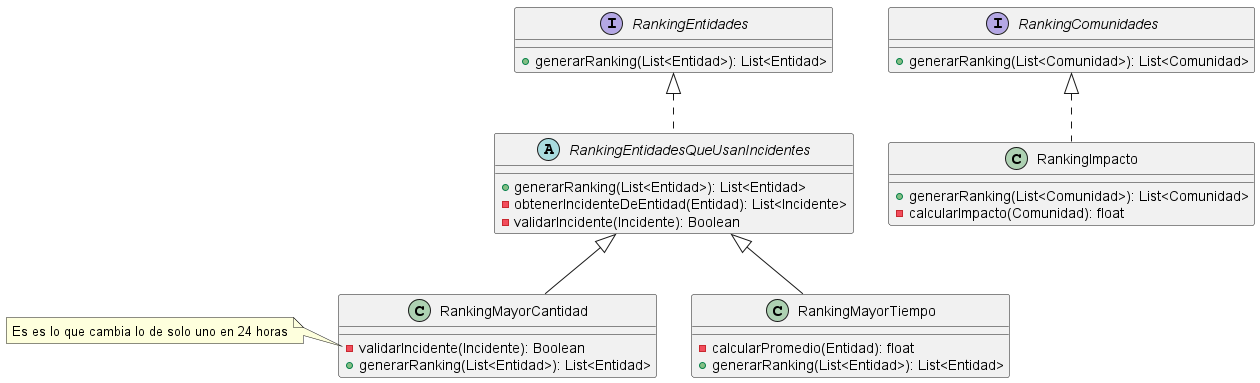
This is out/Entregables/DiagramaRankings/GenerarRankings.png from AndyTrias/comunidades-apoyo-movilidad-reducida-, a PlantUML export, as it was before one commit.
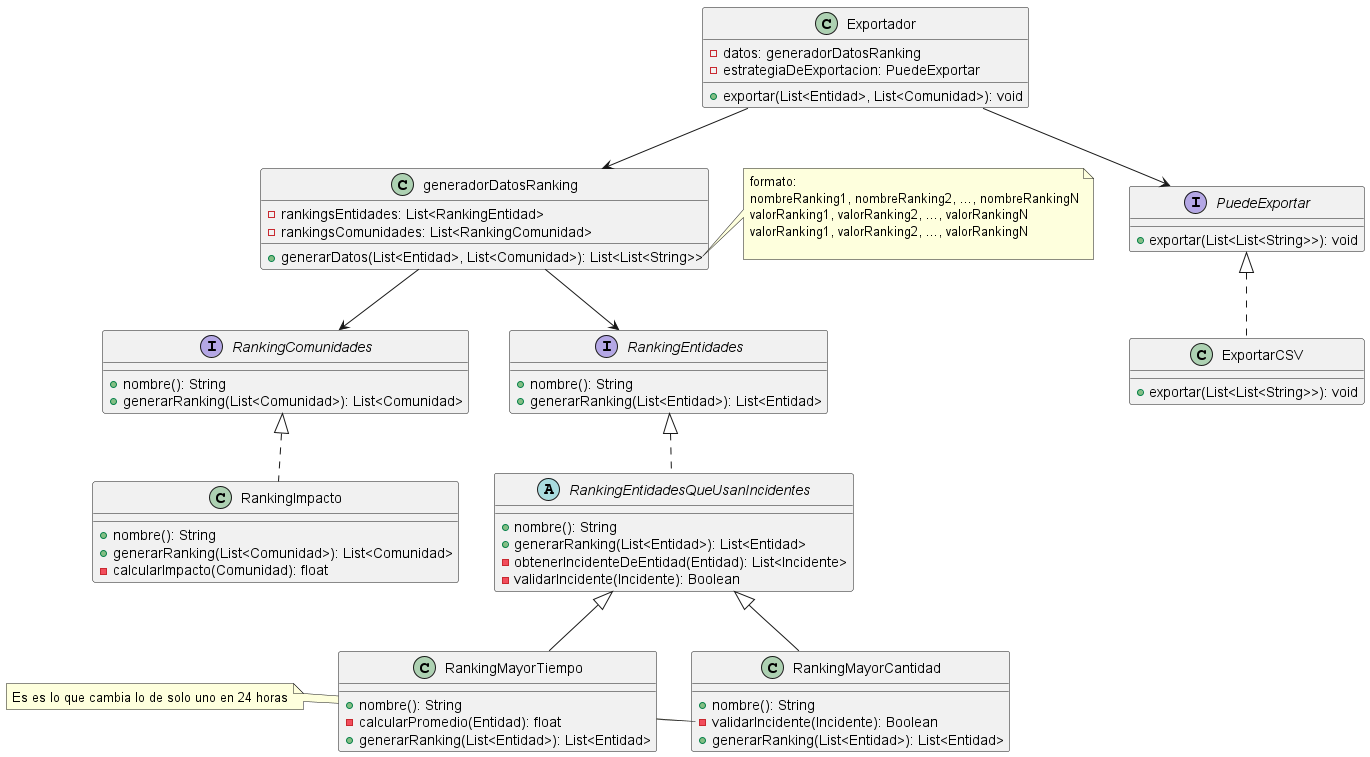
The same diagram one commit later.

Commit message:
diagrama de clases ranking

The edit, as a diff of the source:
```diff
@@ -3,12 +3,14 @@
 
 
 abstract RankingEntidadesQueUsanIncidentes implements RankingEntidades{
+    + nombre(): String
     + generarRanking(List<Entidad>): List<Entidad>
     - obtenerIncidenteDeEntidad(Entidad): List<Incidente>
     - validarIncidente(Incidente): Boolean
 }
 
 class RankingMayorCantidad extends RankingEntidadesQueUsanIncidentes {
+    + nombre(): String
     - validarIncidente(Incidente): Boolean
     + generarRanking(List<Entidad>): List<Entidad>
 }
@@ -20,22 +22,67 @@
 
 
 class RankingMayorTiempo extends RankingEntidadesQueUsanIncidentes {
+    + nombre(): String
     - calcularPromedio(Entidad): float
     + generarRanking(List<Entidad>): List<Entidad>
 }
 
 class RankingImpacto implements RankingComunidades {
+    + nombre(): String
     + generarRanking(List<Comunidad>): List<Comunidad>
     - calcularImpacto(Comunidad): float
 }
 
 interface RankingEntidades {
+    + nombre(): String
     + generarRanking(List<Entidad>): List<Entidad>
 }
 
 interface RankingComunidades {
+    + nombre(): String
     + generarRanking(List<Comunidad>): List<Comunidad>
 }
 
+class generadorDatosRanking {
+
+    - rankingsEntidades: List<RankingEntidad>
+    - rankingsComunidades: List<RankingComunidad>
+
+    + generarDatos(List<Entidad>, List<Comunidad>): List<List<String>>
+
+}
+
+note left of generadorDatosRanking::generarDatos
+    formato:
+    nombreRanking1, nombreRanking2, ..., nombreRankingN
+    valorRanking1, valorRanking2, ..., valorRankingN
+    valorRanking1, valorRanking2, ..., valorRankingN
+
+end note
+
+
+
+class Exportador {
+
+    - datos: generadorDatosRanking
+    - estrategiaDeExportacion: PuedeExportar
+
+    + exportar(List<Entidad>, List<Comunidad>): void
+
+}
+
+interface PuedeExportar {
+    + exportar(List<List<String>>): void
+}
+
+class ExportarCSV implements PuedeExportar {
+    + exportar(List<List<String>>): void
+}
+
+Exportador --> PuedeExportar
+Exportador --> generadorDatosRanking
+generadorDatosRanking-->RankingEntidades
+generadorDatosRanking-->RankingComunidades
+
 
 @enduml
```
